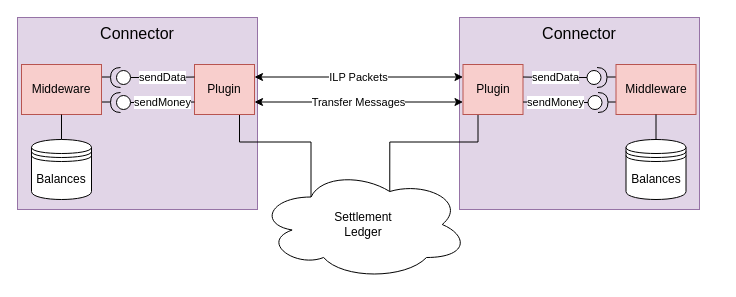
This is page "Plugins" (1 of 3) of settlement.drawio from adrianhopebailie/ilp, a draw.io file, before an edit. Source tidied: cells renumbered, new cells numbered last; positions are measured from the earlier drawing's top-left corner, leaving out a move shared by most shapes. Both pictures are drawn from the tidied source at 100%, with x=0, y=0 at pixel (17, 17).
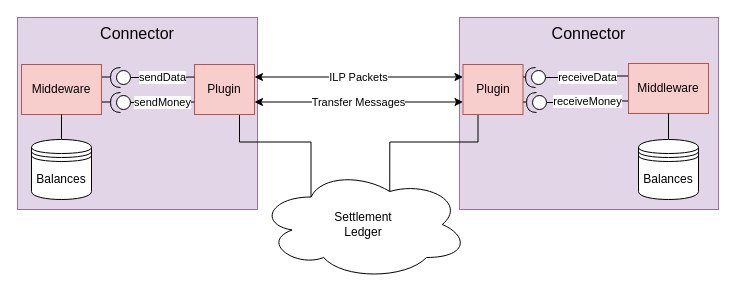
The same page after the edit.

Commit message:
Externalise settlement engine

Unchanged cells that the change refers to:
```xml
<mxCell id="17" value="Plugin" style="rounded=0;whiteSpace=wrap;html=1;fillColor=#f8cecc;strokeColor=#b85450;" parent="1" vertex="1">
  <mxGeometry x="445.5" y="47" width="60" height="50" as="geometry" />
</mxCell>
```

The edit, as a diff of the source:
```diff
@@
     <mxCell id="2" value="Connector" style="rounded=0;whiteSpace=wrap;html=1;verticalAlign=top;align=center;fontSize=16;fillColor=#e1d5e7;strokeColor=#9673a6;" parent="1" vertex="1">
-      <mxGeometry x="442" width="240" height="192" as="geometry" />
+      <mxGeometry x="442" width="259" height="192" as="geometry" />
     </mxCell>
@@
-    <mxCell id="18" value="sendMoney" style="edgeStyle=orthogonalEdgeStyle;rounded=0;jettySize=auto;html=1;exitX=0;exitY=0.5;exitDx=0;exitDy=0;exitPerimeter=0;entryX=1;entryY=0.75;entryDx=0;entryDy=0;endArrow=none;endFill=0;" parent="1" edge="1" source="19" target="17">
+    <mxCell id="18" value="receiveMoney" style="edgeStyle=orthogonalEdgeStyle;rounded=0;jettySize=auto;html=1;exitX=0;exitY=0.5;exitDx=0;exitDy=0;exitPerimeter=0;entryX=0;entryY=0.75;entryDx=0;entryDy=0;endArrow=none;endFill=0;" parent="1" edge="1" source="19" target="24">
       <mxGeometry relative="1" as="geometry" />
     </mxCell>
-    <mxCell id="19" style="shape=providedRequiredInterface;html=1;verticalLabelPosition=bottom;align=center;rotation=-180;direction=west;" parent="1" vertex="1">
-      <mxGeometry x="570.5" y="75" width="20" height="20" as="geometry" />
+    <mxCell id="19" style="shape=providedRequiredInterface;html=1;verticalLabelPosition=bottom;align=center;rotation=-180;direction=east;" parent="1" vertex="1">
+      <mxGeometry x="509" y="75" width="20" height="20" as="geometry" />
     </mxCell>
-    <mxCell id="20" value="sendData" style="edgeStyle=orthogonalEdgeStyle;rounded=0;jettySize=auto;html=1;exitX=0;exitY=0.5;exitDx=0;exitDy=0;exitPerimeter=0;entryX=1;entryY=0.25;entryDx=0;entryDy=0;endArrow=none;endFill=0;" parent="1" edge="1" source="21" target="17">
+    <mxCell id="20" value="receiveData" style="edgeStyle=orthogonalEdgeStyle;rounded=0;jettySize=auto;html=1;exitX=0;exitY=0.5;exitDx=0;exitDy=0;exitPerimeter=0;entryX=0;entryY=0.25;entryDx=0;entryDy=0;endArrow=none;endFill=0;" parent="1" edge="1" source="21" target="24">
       <mxGeometry relative="1" as="geometry" />
     </mxCell>
-    <mxCell id="21" style="shape=providedRequiredInterface;html=1;verticalLabelPosition=bottom;align=center;rotation=-180;direction=west;" parent="1" vertex="1">
-      <mxGeometry x="569.5" y="50" width="20" height="20" as="geometry" />
+    <mxCell id="21" style="shape=providedRequiredInterface;html=1;verticalLabelPosition=bottom;align=center;rotation=-180;direction=east;" parent="1" vertex="1">
+      <mxGeometry x="508" y="50" width="20" height="20" as="geometry" />
     </mxCell>
-    <mxCell id="22" style="edgeStyle=orthogonalEdgeStyle;rounded=0;jettySize=auto;html=1;exitX=0;exitY=0.25;exitDx=0;exitDy=0;entryX=1;entryY=0.5;entryDx=0;entryDy=0;entryPerimeter=0;endArrow=none;endFill=0;" parent="1" edge="1" source="24" target="21">
+    <mxCell id="22" style="edgeStyle=orthogonalEdgeStyle;rounded=0;jettySize=auto;html=1;exitX=1;exitY=0.25;exitDx=0;exitDy=0;entryX=1;entryY=0.5;entryDx=0;entryDy=0;entryPerimeter=0;endArrow=none;endFill=0;" parent="1" edge="1" source="17" target="21">
       <mxGeometry relative="1" as="geometry" />
     </mxCell>
-    <mxCell id="23" style="edgeStyle=orthogonalEdgeStyle;rounded=0;jettySize=auto;html=1;exitX=0;exitY=0.75;exitDx=0;exitDy=0;entryX=1;entryY=0.5;entryDx=0;entryDy=0;entryPerimeter=0;endArrow=none;endFill=0;" parent="1" edge="1" source="24" target="19">
+    <mxCell id="23" style="edgeStyle=orthogonalEdgeStyle;rounded=0;jettySize=auto;html=1;exitX=1;exitY=0.75;exitDx=0;exitDy=0;entryX=1;entryY=0.5;entryDx=0;entryDy=0;entryPerimeter=0;endArrow=none;endFill=0;" parent="1" edge="1" source="17" target="19">
       <mxGeometry relative="1" as="geometry" />
     </mxCell>
     <mxCell id="24" value="Middleware" style="rounded=0;whiteSpace=wrap;html=1;fillColor=#f8cecc;strokeColor=#b85450;" parent="1" vertex="1">
-      <mxGeometry x="598.5" y="47" width="80" height="50" as="geometry" />
+      <mxGeometry x="611" y="46" width="80" height="50" as="geometry" />
     </mxCell>
@@
     <mxCell id="28" value="Balances" style="shape=datastore;whiteSpace=wrap;html=1;align=center;" parent="1" vertex="1">
-      <mxGeometry x="608.5" y="122" width="60" height="60" as="geometry" />
+      <mxGeometry x="621" y="122" width="60" height="60" as="geometry" />
     </mxCell>
```
